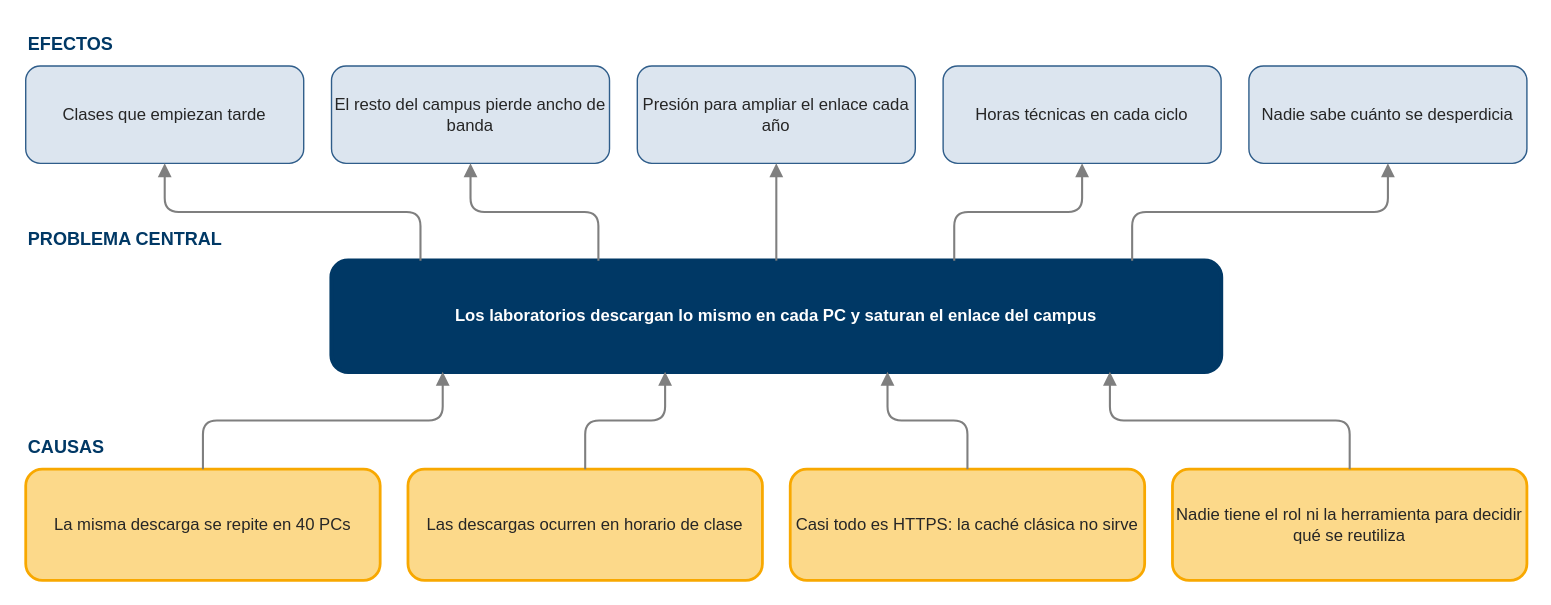
This is gestion/e1/figuras/arbol-problemas.drawio from Nick-Saim-MJ/Project-Celeris, a draw.io file, before an edit. Source tidied: cells renumbered, new cells numbered last; positions are measured from the earlier drawing's top-left corner, leaving out a move shared by most shapes. Both pictures are drawn from the tidied source at 139%, with x=0, y=0 at pixel (25, 24).
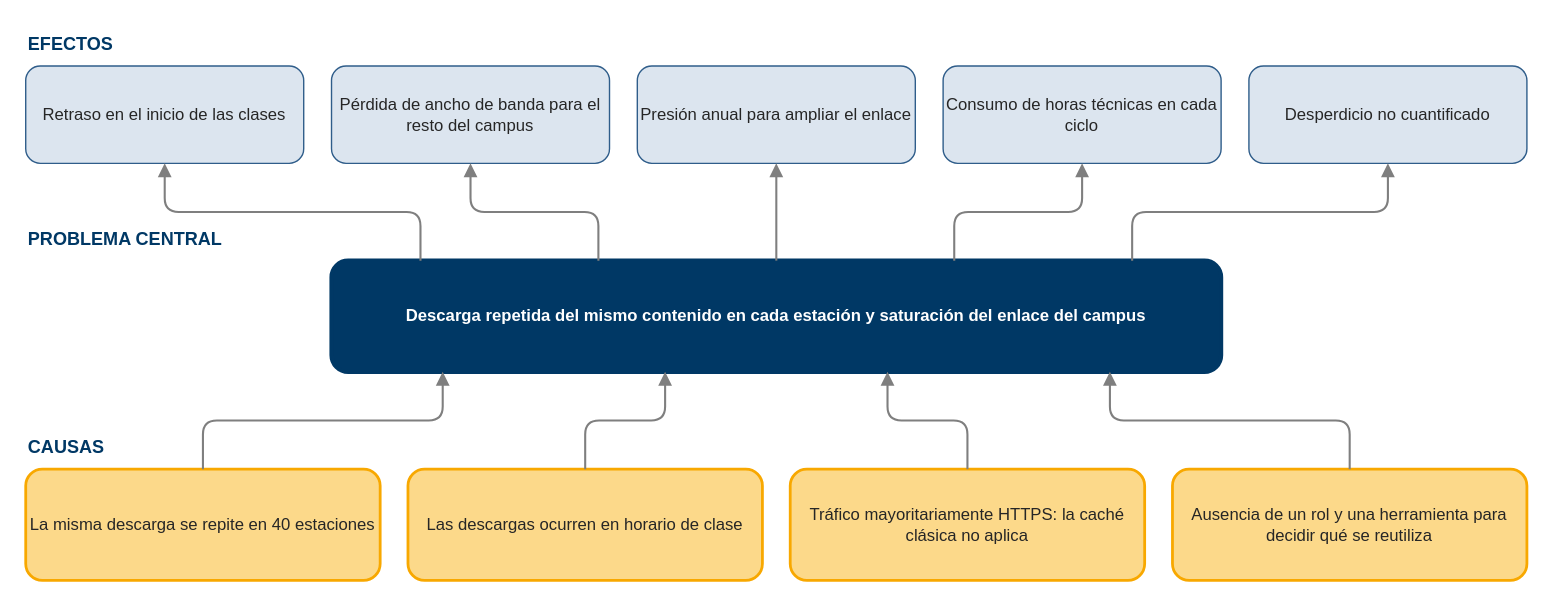
The same diagram, later.

Diff of the diagram source:
```diff
@@
-    <mxCell id="3" value="Clases que empiezan tarde" style="rounded=1;whiteSpace=wrap;html=1;fillColor=#DCE5EF;strokeColor=#2F5D8A;strokeWidth=1;fontColor=#262626;fontFamily=Calibri;fontSize=12;" parent="1" vertex="1">
+    <mxCell id="3" value="Retraso en el inicio de las clases" style="rounded=1;whiteSpace=wrap;html=1;fillColor=#DCE5EF;strokeColor=#2F5D8A;strokeWidth=1;fontColor=#262626;fontFamily=Calibri;fontSize=12;" parent="1" vertex="1">
       <mxGeometry y="30" width="200" height="70" as="geometry" />
     </mxCell>
-    <mxCell id="4" value="El resto del campus pierde ancho de banda" style="rounded=1;whiteSpace=wrap;html=1;fillColor=#DCE5EF;strokeColor=#2F5D8A;strokeWidth=1;fontColor=#262626;fontFamily=Calibri;fontSize=12;" parent="1" vertex="1">
+    <mxCell id="4" value="Pérdida de ancho de banda para el resto del campus" style="rounded=1;whiteSpace=wrap;html=1;fillColor=#DCE5EF;strokeColor=#2F5D8A;strokeWidth=1;fontColor=#262626;fontFamily=Calibri;fontSize=12;" parent="1" vertex="1">
       <mxGeometry x="220" y="30" width="200" height="70" as="geometry" />
     </mxCell>
-    <mxCell id="5" value="Presión para ampliar el enlace cada año" style="rounded=1;whiteSpace=wrap;html=1;fillColor=#DCE5EF;strokeColor=#2F5D8A;strokeWidth=1;fontColor=#262626;fontFamily=Calibri;fontSize=12;" parent="1" vertex="1">
+    <mxCell id="5" value="Presión anual para ampliar el enlace" style="rounded=1;whiteSpace=wrap;html=1;fillColor=#DCE5EF;strokeColor=#2F5D8A;strokeWidth=1;fontColor=#262626;fontFamily=Calibri;fontSize=12;" parent="1" vertex="1">
       <mxGeometry x="440" y="30" width="200" height="70" as="geometry" />
     </mxCell>
-    <mxCell id="6" value="Horas técnicas en cada ciclo" style="rounded=1;whiteSpace=wrap;html=1;fillColor=#DCE5EF;strokeColor=#2F5D8A;strokeWidth=1;fontColor=#262626;fontFamily=Calibri;fontSize=12;" parent="1" vertex="1">
+    <mxCell id="6" value="Consumo de horas técnicas en cada ciclo" style="rounded=1;whiteSpace=wrap;html=1;fillColor=#DCE5EF;strokeColor=#2F5D8A;strokeWidth=1;fontColor=#262626;fontFamily=Calibri;fontSize=12;" parent="1" vertex="1">
       <mxGeometry x="660" y="30" width="200" height="70" as="geometry" />
     </mxCell>
-    <mxCell id="7" value="Nadie sabe cuánto se desperdicia" style="rounded=1;whiteSpace=wrap;html=1;fillColor=#DCE5EF;strokeColor=#2F5D8A;strokeWidth=1;fontColor=#262626;fontFamily=Calibri;fontSize=12;" parent="1" vertex="1">
+    <mxCell id="7" value="Desperdicio no cuantificado" style="rounded=1;whiteSpace=wrap;html=1;fillColor=#DCE5EF;strokeColor=#2F5D8A;strokeWidth=1;fontColor=#262626;fontFamily=Calibri;fontSize=12;" parent="1" vertex="1">
       <mxGeometry x="880" y="30" width="200" height="70" as="geometry" />
     </mxCell>
@@
-    <mxCell id="9" value="&lt;b&gt;Los laboratorios descargan lo mismo en cada PC y saturan el enlace del campus&lt;/b&gt;" style="rounded=1;whiteSpace=wrap;html=1;fillColor=#003865;strokeColor=#003865;strokeWidth=3;fontColor=#FFFFFF;fontFamily=Calibri;fontSize=12;" parent="1" vertex="1">
+    <mxCell id="9" value="&lt;b&gt;Descarga repetida del mismo contenido en cada estación y saturación del enlace del campus&lt;/b&gt;" style="rounded=1;whiteSpace=wrap;html=1;fillColor=#003865;strokeColor=#003865;strokeWidth=3;fontColor=#FFFFFF;fontFamily=Calibri;fontSize=12;" parent="1" vertex="1">
       <mxGeometry x="220" y="170" width="640" height="80" as="geometry" />
     </mxCell>
@@
-    <mxCell id="11" value="La misma descarga se repite en 40 PCs" style="rounded=1;whiteSpace=wrap;html=1;fillColor=#FCD98A;strokeColor=#F8A800;strokeWidth=2;fontColor=#262626;fontFamily=Calibri;fontSize=12;" parent="1" vertex="1">
+    <mxCell id="11" value="La misma descarga se repite en 40 estaciones" style="rounded=1;whiteSpace=wrap;html=1;fillColor=#FCD98A;strokeColor=#F8A800;strokeWidth=2;fontColor=#262626;fontFamily=Calibri;fontSize=12;" parent="1" vertex="1">
       <mxGeometry y="320" width="255" height="80" as="geometry" />
     </mxCell>
@@
-    <mxCell id="13" value="Casi todo es HTTPS: la caché clásica no sirve" style="rounded=1;whiteSpace=wrap;html=1;fillColor=#FCD98A;strokeColor=#F8A800;strokeWidth=2;fontColor=#262626;fontFamily=Calibri;fontSize=12;" parent="1" vertex="1">
+    <mxCell id="13" value="Tráfico mayoritariamente HTTPS: la caché clásica no aplica" style="rounded=1;whiteSpace=wrap;html=1;fillColor=#FCD98A;strokeColor=#F8A800;strokeWidth=2;fontColor=#262626;fontFamily=Calibri;fontSize=12;" parent="1" vertex="1">
       <mxGeometry x="550" y="320" width="255" height="80" as="geometry" />
     </mxCell>
-    <mxCell id="14" value="Nadie tiene el rol ni la herramienta para decidir qué se reutiliza" style="rounded=1;whiteSpace=wrap;html=1;fillColor=#FCD98A;strokeColor=#F8A800;strokeWidth=2;fontColor=#262626;fontFamily=Calibri;fontSize=12;" parent="1" vertex="1">
+    <mxCell id="14" value="Ausencia de un rol y una herramienta para decidir qué se reutiliza" style="rounded=1;whiteSpace=wrap;html=1;fillColor=#FCD98A;strokeColor=#F8A800;strokeWidth=2;fontColor=#262626;fontFamily=Calibri;fontSize=12;" parent="1" vertex="1">
       <mxGeometry x="825" y="320" width="255" height="80" as="geometry" />
     </mxCell>
```
